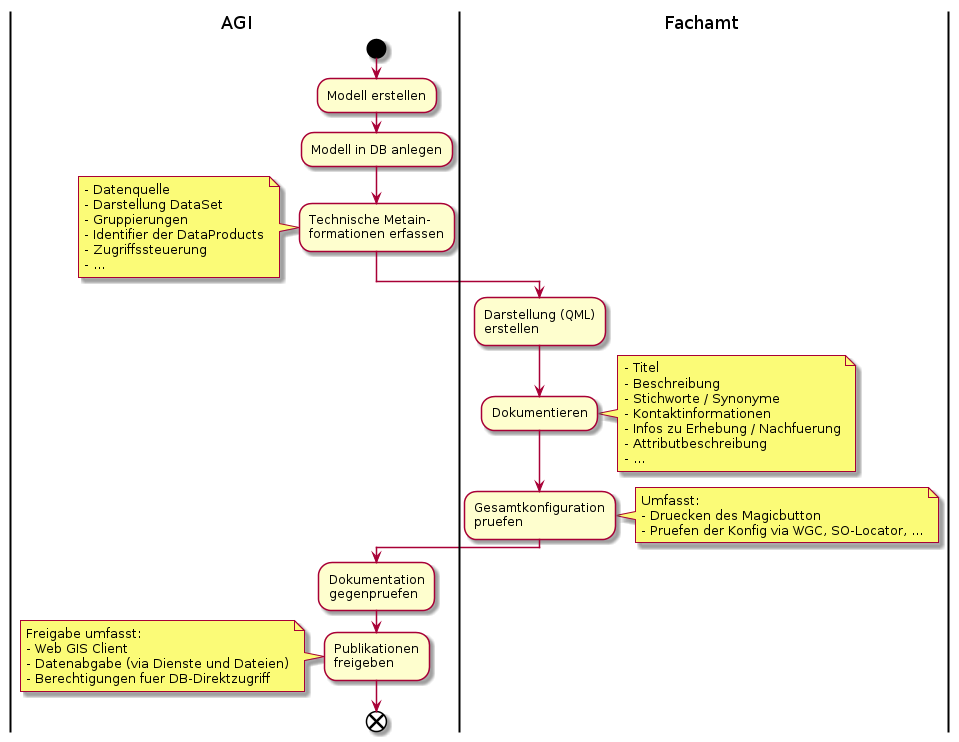
This is puml_output/ablauf_neu.png from simi-so/mm, a PlantUML export, as it was before one commit.
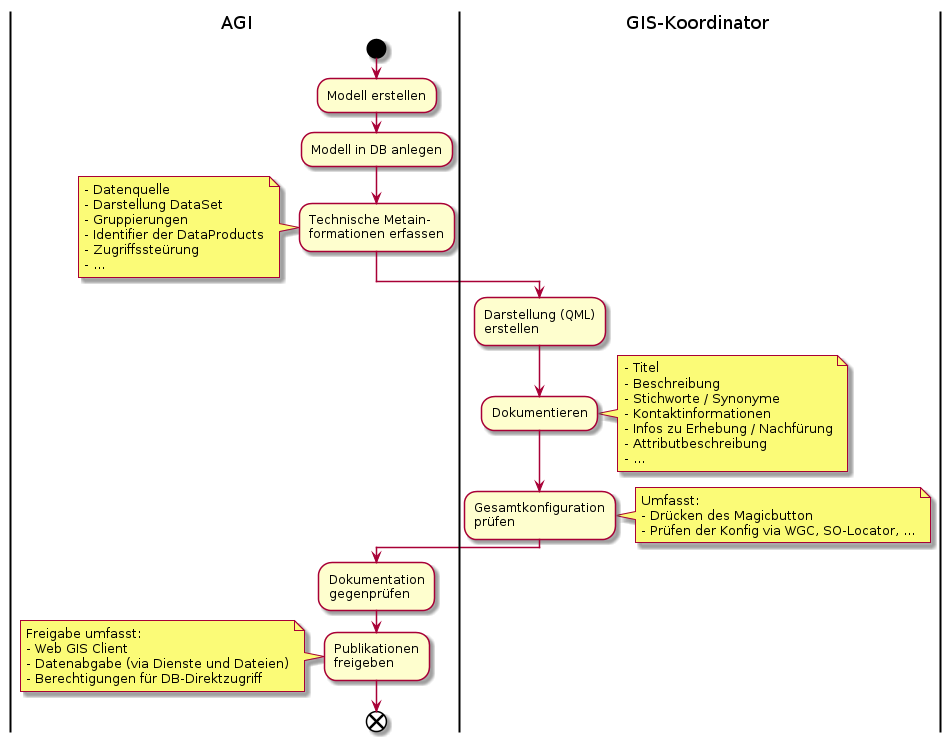
Above is the later version.

The edit, as a diff of the source:
```diff
@@ -14,11 +14,11 @@
 - Darstellung DataSet
 - Gruppierungen
 - Identifier der DataProducts
-- Zugriffssteuerung
+- Zugriffssteürung
 - ...
 end note
 
-|Fachamt|
+|GIS-Koordinator|
 :Darstellung (QML)
 erstellen;
 
@@ -29,23 +29,23 @@
 - Beschreibung
 - Stichworte / Synonyme
 - Kontaktinformationen
-- Infos zu Erhebung / Nachfuerung
+- Infos zu Erhebung / Nachfürung
 - Attributbeschreibung
 - ...
 end note
 
 :Gesamtkonfiguration
-pruefen;
+prüfen;
 
 note right
 Umfasst:
-- Druecken des Magicbutton
-- Pruefen der Konfig via WGC, SO-Locator, ...
+- Drücken des Magicbutton
+- Prüfen der Konfig via WGC, SO-Locator, ...
 end note
 
 |AGI|
 :Dokumentation
-gegenpruefen;
+gegenprüfen;
 
 :Publikationen
 freigeben;
@@ -54,7 +54,7 @@
 Freigabe umfasst:
 - Web GIS Client
 - Datenabgabe (via Dienste und Dateien)
-- Berechtigungen fuer DB-Direktzugriff
+- Berechtigungen für DB-Direktzugriff
 end note
 
 end
```
